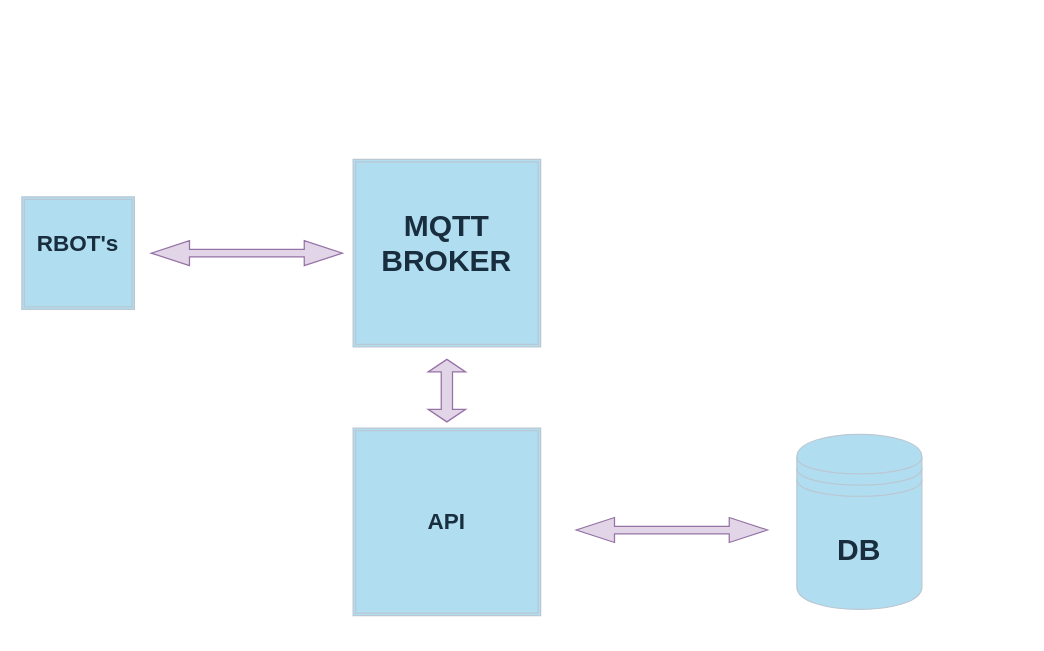
This is RBOT-MQTT-Structure/Başlıksız Diyagram.drawio from RSTurgay/DrawIO, a draw.io file, before an edit. Source tidied: cells renumbered, new cells numbered last; positions are measured from the earlier drawing's top-left corner, leaving out a move shared by most shapes. Both pictures are drawn from the tidied source at 125%, with x=0, y=0 at pixel (21, 156).
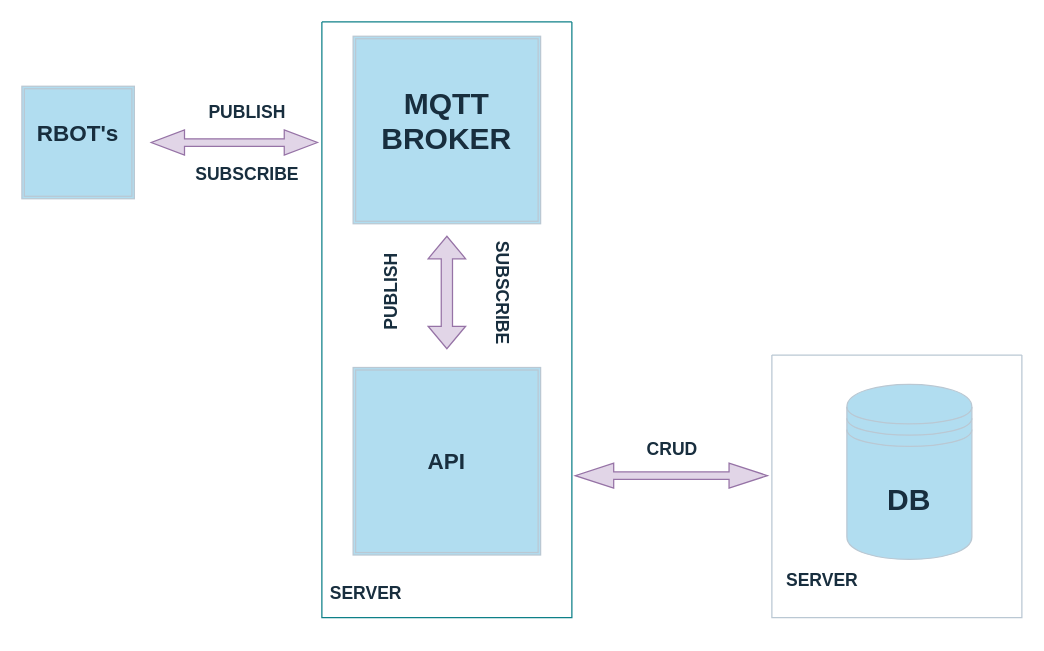
After the change.

What changed in the source:
```diff
@@
 <mxGraphModel>
   <root>
     <mxCell id="0" />
     <mxCell id="1" parent="0" />
     <mxCell id="2" value="&lt;h2&gt;RBOT's&lt;/h2&gt;&lt;div&gt;&lt;br&gt;&lt;/div&gt;" style="shape=ext;double=1;whiteSpace=wrap;html=1;labelBackgroundColor=none;fillColor=#B1DDF0;strokeColor=#BAC8D3;fontColor=#182E3E;" parent="1" vertex="1">
-      <mxGeometry y="32" width="90" height="90" as="geometry" />
+      <mxGeometry y="-56.5" width="90" height="90" as="geometry" />
     </mxCell>
-    <mxCell id="3" value="&lt;h1&gt;MQTT BROKER&lt;/h1&gt;&lt;div&gt;&lt;br&gt;&lt;/div&gt;" style="shape=ext;double=1;whiteSpace=wrap;html=1;labelBackgroundColor=none;fillColor=#B1DDF0;strokeColor=#BAC8D3;fontColor=#182E3E;" parent="1" vertex="1">
-      <mxGeometry x="265" y="2" width="150" height="150" as="geometry" />
-    </mxCell>
-    <mxCell id="4" value="&lt;h2&gt;API&lt;/h2&gt;" style="shape=ext;double=1;whiteSpace=wrap;html=1;strokeColor=#BAC8D3;fontColor=#182E3E;fillColor=#B1DDF0;labelBackgroundColor=none;" parent="1" vertex="1">
-      <mxGeometry x="265" y="217" width="150" height="150" as="geometry" />
-    </mxCell>
-    <mxCell id="5" value="&lt;h1&gt;DB&lt;/h1&gt;" style="shape=datastore;whiteSpace=wrap;html=1;strokeColor=#BAC8D3;fontColor=#182E3E;fillColor=#B1DDF0;labelBackgroundColor=none;" parent="1" vertex="1">
-      <mxGeometry x="620" y="222" width="100" height="140" as="geometry" />
-    </mxCell>
-    <mxCell id="6" style="shape=doubleArrow;direction=south;whiteSpace=wrap;html=1;strokeColor=#9673a6;fillColor=#e1d5e7;" parent="1" vertex="1">
-      <mxGeometry x="325" y="162" width="30" height="50" as="geometry" />
-    </mxCell>
     <mxCell id="7" style="shape=doubleArrow;direction=south;whiteSpace=wrap;html=1;rotation=90;fillColor=#e1d5e7;strokeColor=#9673a6;" parent="1" vertex="1">
-      <mxGeometry x="510" y="222" width="20" height="153" as="geometry" />
+      <mxGeometry x="509.6" y="178.1" width="20" height="153.8" as="geometry" />
     </mxCell>
     <mxCell id="8" style="shape=doubleArrow;direction=south;whiteSpace=wrap;html=1;rotation=90;fillColor=#e1d5e7;strokeColor=#9673a6;" parent="1" vertex="1">
-      <mxGeometry x="170" y="0.5" width="20" height="153" as="geometry" />
+      <mxGeometry x="160" y="-78" width="20" height="133" as="geometry" />
     </mxCell>
+    <mxCell id="9" value="&lt;h3&gt;PUBLISH&lt;/h3&gt;" style="text;html=1;align=center;verticalAlign=middle;strokeColor=none;fillColor=none;fontColor=#182E3E;" parent="1" vertex="1">
+      <mxGeometry x="135" y="-66.5" width="90" height="60" as="geometry" />
+    </mxCell>
+    <mxCell id="10" value="&lt;h3&gt;SUBSCRIBE&lt;/h3&gt;" style="text;html=1;align=center;verticalAlign=middle;strokeColor=none;fillColor=none;fontColor=#182E3E;" parent="1" vertex="1">
+      <mxGeometry x="125" y="-16.5" width="110" height="60" as="geometry" />
+    </mxCell>
+    <mxCell id="11" value="&lt;h3&gt;CRUD&lt;br&gt;&lt;/h3&gt;" style="text;html=1;align=center;verticalAlign=middle;strokeColor=none;fillColor=none;fontColor=#182E3E;" parent="1" vertex="1">
+      <mxGeometry x="490" y="203.5" width="60" height="60" as="geometry" />
+    </mxCell>
+    <mxCell id="12" style="swimlane;startSize=0;strokeColor=#0e8088;fillColor=#b0e3e6;" parent="1" vertex="1">
+      <mxGeometry x="240" y="-108" width="200" height="476.5" as="geometry" />
+    </mxCell>
+    <mxCell id="13" value="&lt;h3&gt;SERVER&lt;/h3&gt;" style="text;html=1;align=center;verticalAlign=middle;strokeColor=none;fillColor=none;fontColor=#182E3E;" parent="12" vertex="1">
+      <mxGeometry x="-5" y="426.5" width="80" height="60" as="geometry" />
+    </mxCell>
+    <mxCell id="4" value="&lt;h2&gt;API&lt;/h2&gt;" style="shape=ext;double=1;whiteSpace=wrap;html=1;strokeColor=#BAC8D3;fontColor=#182E3E;fillColor=#B1DDF0;labelBackgroundColor=none;" parent="12" vertex="1">
+      <mxGeometry x="25" y="276.5" width="150" height="150" as="geometry" />
+    </mxCell>
+    <mxCell id="14" value="&lt;h3&gt;SUBSCRIBE&lt;/h3&gt;" style="text;html=1;align=center;verticalAlign=middle;strokeColor=none;fillColor=none;fontColor=#182E3E;rotation=90;" parent="12" vertex="1">
+      <mxGeometry x="90" y="186.5" width="110" height="60" as="geometry" />
+    </mxCell>
+    <mxCell id="6" style="shape=doubleArrow;direction=south;whiteSpace=wrap;html=1;strokeColor=#9673a6;fillColor=#e1d5e7;" parent="12" vertex="1">
+      <mxGeometry x="85" y="171.5" width="30" height="90" as="geometry" />
+    </mxCell>
+    <mxCell id="15" value="&lt;h3&gt;PUBLISH&lt;/h3&gt;" style="text;html=1;align=center;verticalAlign=middle;strokeColor=none;fillColor=none;fontColor=#182E3E;rotation=-90;" parent="12" vertex="1">
+      <mxGeometry x="10" y="186.5" width="90" height="60" as="geometry" />
+    </mxCell>
+    <mxCell id="3" value="&lt;h1&gt;MQTT BROKER&lt;/h1&gt;&lt;div&gt;&lt;br&gt;&lt;/div&gt;" style="shape=ext;double=1;whiteSpace=wrap;html=1;labelBackgroundColor=none;fillColor=#B1DDF0;strokeColor=#BAC8D3;fontColor=#182E3E;" parent="12" vertex="1">
+      <mxGeometry x="25" y="11.5" width="150" height="150" as="geometry" />
+    </mxCell>
+    <mxCell id="16" style="swimlane;startSize=0;strokeColor=#BAC8D3;fontColor=#182E3E;fillColor=#B1DDF0;" parent="1" vertex="1">
+      <mxGeometry x="600" y="158.5" width="200" height="210" as="geometry" />
+    </mxCell>
+    <mxCell id="5" value="&lt;h1&gt;DB&lt;/h1&gt;" style="shape=datastore;whiteSpace=wrap;html=1;strokeColor=#BAC8D3;fontColor=#182E3E;fillColor=#B1DDF0;labelBackgroundColor=none;" parent="16" vertex="1">
+      <mxGeometry x="60" y="23.5" width="100" height="140" as="geometry" />
+    </mxCell>
+    <mxCell id="17" value="&lt;h3&gt;SERVER&lt;/h3&gt;" style="text;html=1;align=center;verticalAlign=middle;strokeColor=none;fillColor=none;fontColor=#182E3E;" parent="16" vertex="1">
+      <mxGeometry y="150" width="80" height="60" as="geometry" />
+    </mxCell>
   </root>
 </mxGraphModel>
```
